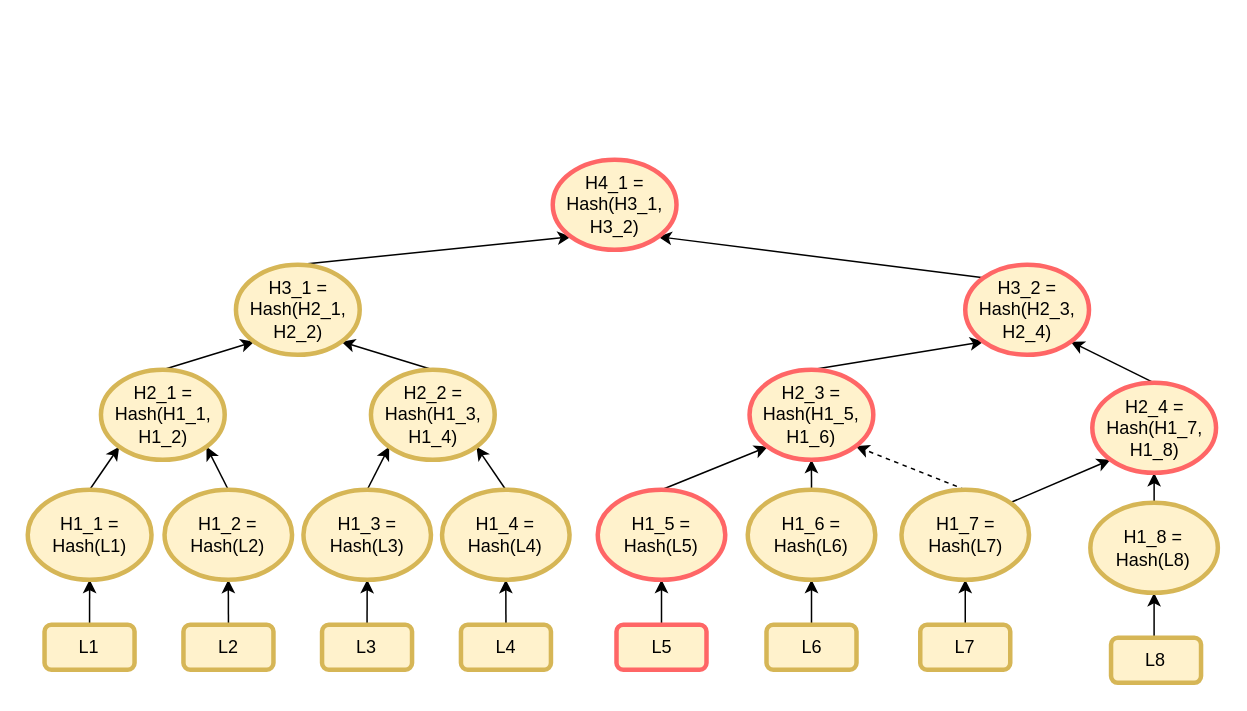
This is page "Create" (1 of 3) of pictures/diagrams/MerkleTree_Incremental.drawio from Badcat330/HashBaseStructs, a draw.io file, before an edit. Source tidied: cells renumbered, new cells numbered last; positions are measured from the earlier drawing's top-left corner, leaving out a move shared by most shapes. Both pictures are drawn from the tidied source at 150%, with x=0, y=0 at pixel (27, 159).
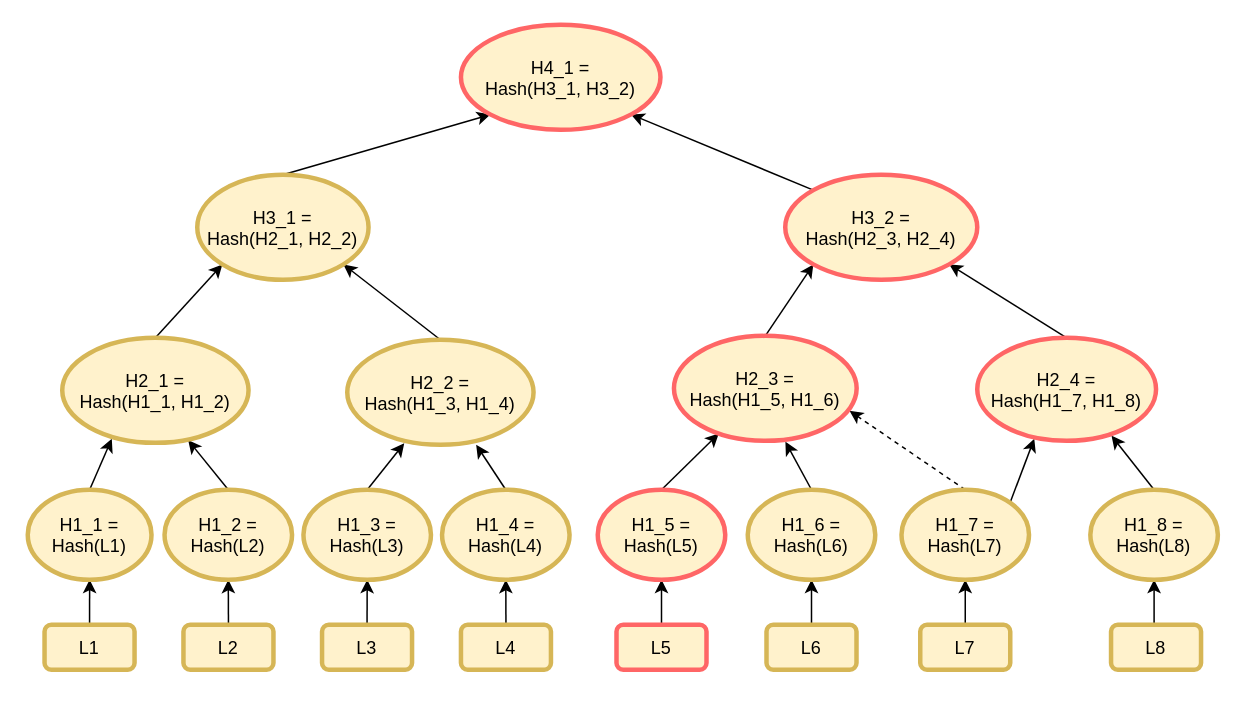
Above is the later version.

Diff of the diagram source:
```diff
@@
-    <mxCell id="2" style="edgeStyle=orthogonalEdgeStyle;rounded=0;jettySize=auto;html=1;exitX=0.5;exitY=0;exitDx=0;exitDy=0;entryX=0.5;entryY=1;entryDx=0;entryDy=0;" parent="1" edge="1" source="3" target="19">
+    <mxCell id="2" style="edgeStyle=orthogonalEdgeStyle;rounded=0;jettySize=auto;exitX=0.5;exitY=0;exitDx=0;exitDy=0;entryX=0.5;entryY=1;entryDx=0;entryDy=0;" parent="1" edge="1" source="3" target="19">
       <mxGeometry relative="1" as="geometry" />
     </mxCell>
-    <mxCell id="3" value="L1" style="rounded=1;whiteSpace=wrap;html=1;fillColor=#fff2cc;strokeColor=#d6b656;strokeWidth=3;" parent="1" vertex="1">
+    <mxCell id="3" value="L1" style="rounded=1;fillColor=#fff2cc;strokeColor=#d6b656;strokeWidth=3;" parent="1" vertex="1">
       <mxGeometry x="11.2" y="310" width="60" height="30" as="geometry" />
     </mxCell>
-    <mxCell id="4" style="edgeStyle=orthogonalEdgeStyle;rounded=0;jettySize=auto;html=1;exitX=0.5;exitY=0;exitDx=0;exitDy=0;entryX=0.5;entryY=1;entryDx=0;entryDy=0;" parent="1" edge="1" source="5" target="21">
+    <mxCell id="4" style="edgeStyle=orthogonalEdgeStyle;rounded=0;jettySize=auto;exitX=0.5;exitY=0;exitDx=0;exitDy=0;entryX=0.5;entryY=1;entryDx=0;entryDy=0;" parent="1" edge="1" source="5" target="21">
       <mxGeometry relative="1" as="geometry" />
     </mxCell>
-    <mxCell id="5" value="L2" style="rounded=1;whiteSpace=wrap;html=1;fillColor=#fff2cc;strokeColor=#d6b656;strokeWidth=3;" parent="1" vertex="1">
+    <mxCell id="5" value="L2" style="rounded=1;fillColor=#fff2cc;strokeColor=#d6b656;strokeWidth=3;" parent="1" vertex="1">
       <mxGeometry x="103.8" y="310" width="60" height="30" as="geometry" />
     </mxCell>
-    <mxCell id="6" style="edgeStyle=orthogonalEdgeStyle;rounded=0;jettySize=auto;html=1;exitX=0.5;exitY=0;exitDx=0;exitDy=0;entryX=0.5;entryY=1;entryDx=0;entryDy=0;" parent="1" edge="1" source="7" target="23">
+    <mxCell id="6" style="edgeStyle=orthogonalEdgeStyle;rounded=0;jettySize=auto;exitX=0.5;exitY=0;exitDx=0;exitDy=0;entryX=0.5;entryY=1;entryDx=0;entryDy=0;" parent="1" edge="1" source="7" target="23">
       <mxGeometry relative="1" as="geometry" />
     </mxCell>
-    <mxCell id="7" value="L3" style="rounded=1;whiteSpace=wrap;html=1;fillColor=#fff2cc;strokeColor=#d6b656;strokeWidth=3;" parent="1" vertex="1">
+    <mxCell id="7" value="L3" style="rounded=1;fillColor=#fff2cc;strokeColor=#d6b656;strokeWidth=3;" parent="1" vertex="1">
       <mxGeometry x="196.2" y="310" width="60" height="30" as="geometry" />
     </mxCell>
-    <mxCell id="8" style="edgeStyle=orthogonalEdgeStyle;rounded=0;jettySize=auto;html=1;exitX=0.5;exitY=0;exitDx=0;exitDy=0;entryX=0.5;entryY=1;entryDx=0;entryDy=0;" parent="1" edge="1" source="9" target="25">
+    <mxCell id="8" style="edgeStyle=orthogonalEdgeStyle;rounded=0;jettySize=auto;exitX=0.5;exitY=0;exitDx=0;exitDy=0;entryX=0.5;entryY=1;entryDx=0;entryDy=0;" parent="1" edge="1" source="9" target="25">
       <mxGeometry relative="1" as="geometry" />
     </mxCell>
-    <mxCell id="9" value="L4" style="rounded=1;whiteSpace=wrap;html=1;fillColor=#fff2cc;strokeColor=#d6b656;strokeWidth=3;" parent="1" vertex="1">
+    <mxCell id="9" value="L4" style="rounded=1;fillColor=#fff2cc;strokeColor=#d6b656;strokeWidth=3;" parent="1" vertex="1">
       <mxGeometry x="288.8" y="310" width="60" height="30" as="geometry" />
     </mxCell>
-    <mxCell id="10" style="edgeStyle=orthogonalEdgeStyle;rounded=0;jettySize=auto;html=1;exitX=0.5;exitY=0;exitDx=0;exitDy=0;entryX=0.5;entryY=1;entryDx=0;entryDy=0;" parent="1" edge="1" source="11" target="27">
+    <mxCell id="10" style="edgeStyle=orthogonalEdgeStyle;rounded=0;jettySize=auto;exitX=0.5;exitY=0;exitDx=0;exitDy=0;entryX=0.5;entryY=1;entryDx=0;entryDy=0;" parent="1" edge="1" source="11" target="27">
       <mxGeometry relative="1" as="geometry" />
     </mxCell>
-    <mxCell id="11" value="L5" style="rounded=1;whiteSpace=wrap;html=1;fillColor=#fff2cc;strokeWidth=3;strokeColor=#FF6666;" parent="1" vertex="1">
+    <mxCell id="11" value="L5" style="rounded=1;fillColor=#fff2cc;strokeWidth=3;strokeColor=#FF6666;" parent="1" vertex="1">
       <mxGeometry x="392.5" y="310" width="60" height="30" as="geometry" />
     </mxCell>
-    <mxCell id="12" style="edgeStyle=orthogonalEdgeStyle;rounded=0;jettySize=auto;html=1;exitX=0.5;exitY=0;exitDx=0;exitDy=0;entryX=0.5;entryY=1;entryDx=0;entryDy=0;" parent="1" edge="1" source="13" target="29">
+    <mxCell id="12" style="edgeStyle=orthogonalEdgeStyle;rounded=0;jettySize=auto;exitX=0.5;exitY=0;exitDx=0;exitDy=0;entryX=0.5;entryY=1;entryDx=0;entryDy=0;" parent="1" edge="1" source="13" target="29">
       <mxGeometry relative="1" as="geometry" />
     </mxCell>
-    <mxCell id="13" value="L6" style="rounded=1;whiteSpace=wrap;html=1;fillColor=#fff2cc;strokeColor=#d6b656;strokeWidth=3;" parent="1" vertex="1">
+    <mxCell id="13" value="L6" style="rounded=1;fillColor=#fff2cc;strokeColor=#d6b656;strokeWidth=3;" parent="1" vertex="1">
       <mxGeometry x="492.5" y="310" width="60" height="30" as="geometry" />
     </mxCell>
-    <mxCell id="14" style="edgeStyle=orthogonalEdgeStyle;rounded=0;jettySize=auto;html=1;exitX=0.5;exitY=0;exitDx=0;exitDy=0;entryX=0.5;entryY=1;entryDx=0;entryDy=0;" parent="1" edge="1" source="15" target="32">
+    <mxCell id="14" style="edgeStyle=orthogonalEdgeStyle;rounded=0;jettySize=auto;exitX=0.5;exitY=0;exitDx=0;exitDy=0;entryX=0.5;entryY=1;entryDx=0;entryDy=0;" parent="1" edge="1" source="15" target="32">
       <mxGeometry relative="1" as="geometry" />
     </mxCell>
-    <mxCell id="15" value="L7" style="rounded=1;whiteSpace=wrap;html=1;fillColor=#fff2cc;strokeColor=#d6b656;strokeWidth=3;" parent="1" vertex="1">
+    <mxCell id="15" value="L7" style="rounded=1;fillColor=#fff2cc;strokeColor=#d6b656;strokeWidth=3;" parent="1" vertex="1">
       <mxGeometry x="595" y="310" width="60" height="30" as="geometry" />
     </mxCell>
-    <mxCell id="16" style="edgeStyle=orthogonalEdgeStyle;rounded=0;jettySize=auto;html=1;exitX=0.5;exitY=0;exitDx=0;exitDy=0;entryX=0.5;entryY=1;entryDx=0;entryDy=0;" parent="1" edge="1" source="17" target="34">
+    <mxCell id="16" style="edgeStyle=orthogonalEdgeStyle;rounded=0;jettySize=auto;exitX=0.5;exitY=0;exitDx=0;exitDy=0;entryX=0.5;entryY=1;entryDx=0;entryDy=0;" parent="1" edge="1" source="17" target="34">
       <mxGeometry relative="1" as="geometry" />
     </mxCell>
-    <mxCell id="17" value="L8" style="rounded=1;whiteSpace=wrap;html=1;fillColor=#fff2cc;strokeColor=#d6b656;strokeWidth=3;" parent="1" vertex="1">
-      <mxGeometry x="722.2" y="318.7" width="60" height="30" as="geometry" />
+    <mxCell id="17" value="L8" style="rounded=1;fillColor=#fff2cc;strokeColor=#d6b656;strokeWidth=3;" parent="1" vertex="1">
+      <mxGeometry x="722.2" y="310" width="60" height="30" as="geometry" />
     </mxCell>
-    <mxCell id="18" style="rounded=0;jettySize=auto;html=1;exitX=0.5;exitY=0;exitDx=0;exitDy=0;entryX=0;entryY=1;entryDx=0;entryDy=0;" parent="1" edge="1" source="19" target="36">
+    <mxCell id="18" style="rounded=0;jettySize=auto;exitX=0.5;exitY=0;exitDx=0;exitDy=0;entryX=0.266;entryY=0.961;entryDx=0;entryDy=0;entryPerimeter=0;" parent="1" edge="1" source="19" target="36">
       <mxGeometry relative="1" as="geometry" />
     </mxCell>
-    <mxCell id="19" value="&lt;font style=&quot;font-size: 12px&quot;&gt;H1_1 =&lt;br&gt;Hash(L1)&lt;/font&gt;" style="ellipse;whiteSpace=wrap;html=1;strokeColor=#d6b656;strokeWidth=3;fillColor=#fff2cc;" parent="1" vertex="1">
+    <mxCell id="19" value="H1_1 =&#10;Hash(L1)" style="ellipse;strokeColor=#d6b656;strokeWidth=3;fillColor=#fff2cc;" parent="1" vertex="1">
       <mxGeometry y="220" width="82.5" height="60" as="geometry" />
     </mxCell>
-    <mxCell id="20" style="edgeStyle=none;rounded=0;jettySize=auto;html=1;exitX=0.5;exitY=0;exitDx=0;exitDy=0;entryX=1;entryY=1;entryDx=0;entryDy=0;" parent="1" edge="1" source="21" target="36">
+    <mxCell id="20" style="edgeStyle=none;rounded=0;jettySize=auto;exitX=0.5;exitY=0;exitDx=0;exitDy=0;entryX=0.676;entryY=0.975;entryDx=0;entryDy=0;entryPerimeter=0;" parent="1" edge="1" source="21" target="36">
       <mxGeometry relative="1" as="geometry" />
     </mxCell>
-    <mxCell id="21" value="&lt;font style=&quot;font-size: 12px&quot;&gt;H1_2 =&lt;br&gt;Hash(L2)&lt;/font&gt;" style="ellipse;whiteSpace=wrap;html=1;strokeColor=#d6b656;strokeWidth=3;fillColor=#fff2cc;" parent="1" vertex="1">
+    <mxCell id="21" value="H1_2 =&#10;Hash(L2)" style="ellipse;strokeColor=#d6b656;strokeWidth=3;fillColor=#fff2cc;" parent="1" vertex="1">
       <mxGeometry x="91.2" y="220" width="85" height="60" as="geometry" />
     </mxCell>
-    <mxCell id="22" style="edgeStyle=none;rounded=0;jettySize=auto;html=1;exitX=0.5;exitY=0;exitDx=0;exitDy=0;entryX=0;entryY=1;entryDx=0;entryDy=0;" parent="1" edge="1" source="23" target="38">
+    <mxCell id="22" style="edgeStyle=none;rounded=0;jettySize=auto;exitX=0.5;exitY=0;exitDx=0;exitDy=0;entryX=0.306;entryY=0.986;entryDx=0;entryDy=0;entryPerimeter=0;" parent="1" edge="1" source="23" target="38">
       <mxGeometry relative="1" as="geometry" />
     </mxCell>
-    <mxCell id="23" value="&lt;font style=&quot;font-size: 12px&quot;&gt;H1_3 =&lt;br&gt;Hash(L3)&lt;/font&gt;" style="ellipse;whiteSpace=wrap;html=1;strokeColor=#d6b656;strokeWidth=3;fillColor=#fff2cc;" parent="1" vertex="1">
+    <mxCell id="23" value="H1_3 =&#10;Hash(L3)" style="ellipse;strokeColor=#d6b656;strokeWidth=3;fillColor=#fff2cc;" parent="1" vertex="1">
       <mxGeometry x="183.8" y="220" width="85" height="60" as="geometry" />
     </mxCell>
-    <mxCell id="24" style="edgeStyle=none;rounded=0;jettySize=auto;html=1;exitX=0.5;exitY=0;exitDx=0;exitDy=0;entryX=1;entryY=1;entryDx=0;entryDy=0;" parent="1" edge="1" source="25" target="38">
+    <mxCell id="24" style="edgeStyle=none;rounded=0;jettySize=auto;exitX=0.5;exitY=0;exitDx=0;exitDy=0;entryX=0.692;entryY=1;entryDx=0;entryDy=0;entryPerimeter=0;" parent="1" edge="1" source="25" target="38">
       <mxGeometry relative="1" as="geometry" />
     </mxCell>
-    <mxCell id="25" value="&lt;font style=&quot;font-size: 12px&quot;&gt;H1_4 =&lt;br&gt;Hash(L4)&lt;/font&gt;" style="ellipse;whiteSpace=wrap;html=1;strokeColor=#d6b656;strokeWidth=3;fillColor=#fff2cc;" parent="1" vertex="1">
+    <mxCell id="25" value="H1_4 =&#10;Hash(L4)" style="ellipse;strokeColor=#d6b656;strokeWidth=3;fillColor=#fff2cc;" parent="1" vertex="1">
       <mxGeometry x="276.2" y="220" width="85" height="60" as="geometry" />
     </mxCell>
-    <mxCell id="26" style="edgeStyle=none;rounded=0;jettySize=auto;html=1;exitX=0.5;exitY=0;exitDx=0;exitDy=0;entryX=0;entryY=1;entryDx=0;entryDy=0;" parent="1" edge="1" source="27" target="40">
+    <mxCell id="26" style="edgeStyle=none;rounded=0;jettySize=auto;exitX=0.5;exitY=0;exitDx=0;exitDy=0;" parent="1" edge="1" source="27" target="40">
       <mxGeometry relative="1" as="geometry" />
     </mxCell>
-    <mxCell id="27" value="&lt;font style=&quot;font-size: 12px&quot;&gt;H1_5 =&lt;br&gt;Hash(L5)&lt;/font&gt;" style="ellipse;whiteSpace=wrap;html=1;strokeWidth=3;fillColor=#fff2cc;strokeColor=#FF6666;" parent="1" vertex="1">
+    <mxCell id="27" value="H1_5 =&#10;Hash(L5)" style="ellipse;strokeWidth=3;fillColor=#fff2cc;strokeColor=#FF6666;" parent="1" vertex="1">
       <mxGeometry x="380" y="220" width="85" height="60" as="geometry" />
     </mxCell>
-    <mxCell id="28" style="edgeStyle=none;rounded=0;jettySize=auto;html=1;exitX=0.5;exitY=0;exitDx=0;exitDy=0;entryX=0.5;entryY=1;entryDx=0;entryDy=0;" parent="1" edge="1" source="29" target="40">
+    <mxCell id="28" style="edgeStyle=none;rounded=0;jettySize=auto;exitX=0.5;exitY=0;exitDx=0;exitDy=0;entryX=0.61;entryY=1.008;entryDx=0;entryDy=0;entryPerimeter=0;" parent="1" edge="1" source="29" target="40">
       <mxGeometry relative="1" as="geometry" />
     </mxCell>
-    <mxCell id="29" value="&lt;font style=&quot;font-size: 12px&quot;&gt;H1_6 =&lt;br&gt;Hash(L6)&lt;/font&gt;" style="ellipse;whiteSpace=wrap;html=1;strokeColor=#d6b656;strokeWidth=3;fillColor=#fff2cc;" parent="1" vertex="1">
+    <mxCell id="29" value="H1_6 =&#10;Hash(L6)" style="ellipse;strokeColor=#d6b656;strokeWidth=3;fillColor=#fff2cc;" parent="1" vertex="1">
       <mxGeometry x="480" y="220" width="85" height="60" as="geometry" />
     </mxCell>
-    <mxCell id="30" style="edgeStyle=none;rounded=0;jettySize=auto;html=1;exitX=0.5;exitY=0;exitDx=0;exitDy=0;dashed=1;" parent="1" edge="1" source="32">
-      <mxGeometry relative="1" as="geometry">
-        <mxPoint x="552" y="191" as="targetPoint" />
-      </mxGeometry>
+    <mxCell id="30" style="edgeStyle=none;rounded=0;jettySize=auto;exitX=0.5;exitY=0;exitDx=0;exitDy=0;dashed=1;entryX=0.961;entryY=0.714;entryDx=0;entryDy=0;entryPerimeter=0;" parent="1" edge="1" source="32" target="40">
+      <mxGeometry relative="1" as="geometry" />
     </mxCell>
-    <mxCell id="31" style="edgeStyle=none;rounded=0;jettySize=auto;html=1;exitX=1;exitY=0;exitDx=0;exitDy=0;entryX=0;entryY=1;entryDx=0;entryDy=0;" parent="1" edge="1" source="32" target="42">
+    <mxCell id="31" style="edgeStyle=none;rounded=0;jettySize=auto;exitX=1;exitY=0;exitDx=0;exitDy=0;entryX=0.319;entryY=0.979;entryDx=0;entryDy=0;entryPerimeter=0;" parent="1" edge="1" source="32" target="42">
       <mxGeometry relative="1" as="geometry" />
     </mxCell>
-    <mxCell id="32" value="&lt;font style=&quot;font-size: 12px&quot;&gt;H1_7 =&lt;br&gt;Hash(L7)&lt;/font&gt;" style="ellipse;whiteSpace=wrap;html=1;strokeColor=#d6b656;strokeWidth=3;fillColor=#fff2cc;" parent="1" vertex="1">
+    <mxCell id="32" value="H1_7 =&#10;Hash(L7)" style="ellipse;strokeColor=#d6b656;strokeWidth=3;fillColor=#fff2cc;" parent="1" vertex="1">
       <mxGeometry x="582.5" y="220" width="85" height="60" as="geometry" />
     </mxCell>
-    <mxCell id="33" style="edgeStyle=none;rounded=0;jettySize=auto;html=1;exitX=0.5;exitY=0;exitDx=0;exitDy=0;entryX=0.5;entryY=1;entryDx=0;entryDy=0;" parent="1" edge="1" source="34" target="42">
+    <mxCell id="33" style="edgeStyle=none;rounded=0;jettySize=auto;exitX=0.5;exitY=0;exitDx=0;exitDy=0;entryX=0.751;entryY=0.95;entryDx=0;entryDy=0;entryPerimeter=0;" parent="1" edge="1" source="34" target="42">
       <mxGeometry relative="1" as="geometry" />
     </mxCell>
-    <mxCell id="34" value="&lt;font style=&quot;font-size: 12px&quot;&gt;H1_8 =&lt;br&gt;Hash(L8)&lt;/font&gt;" style="ellipse;whiteSpace=wrap;html=1;strokeColor=#d6b656;strokeWidth=3;fillColor=#fff2cc;" parent="1" vertex="1">
-      <mxGeometry x="708.4" y="228.7" width="85" height="60" as="geometry" />
+    <mxCell id="34" value="H1_8 =&#10;Hash(L8)" style="ellipse;strokeColor=#d6b656;strokeWidth=3;fillColor=#fff2cc;" parent="1" vertex="1">
+      <mxGeometry x="708.4" y="220" width="85" height="60" as="geometry" />
     </mxCell>
-    <mxCell id="35" style="edgeStyle=none;rounded=0;jettySize=auto;html=1;exitX=0.5;exitY=0;exitDx=0;exitDy=0;entryX=0;entryY=1;entryDx=0;entryDy=0;" parent="1" edge="1" source="36" target="44">
+    <mxCell id="35" style="edgeStyle=none;rounded=0;jettySize=auto;exitX=0.5;exitY=0;exitDx=0;exitDy=0;entryX=0;entryY=1;entryDx=0;entryDy=0;" parent="1" edge="1" source="36" target="44">
       <mxGeometry relative="1" as="geometry" />
     </mxCell>
-    <mxCell id="36" value="&lt;font style=&quot;font-size: 12px&quot;&gt;H2_1 =&lt;br&gt;Hash(H1_1, H1_2)&lt;/font&gt;" style="ellipse;whiteSpace=wrap;html=1;strokeColor=#d6b656;strokeWidth=3;fillColor=#fff2cc;" parent="1" vertex="1">
-      <mxGeometry x="48.8" y="140" width="82.5" height="60" as="geometry" />
+    <mxCell id="36" value="H2_1 =&#10;Hash(H1_1, H1_2)" style="ellipse;strokeColor=#d6b656;strokeWidth=3;fillColor=#fff2cc;" parent="1" vertex="1">
+      <mxGeometry x="23" y="118.7" width="124.2" height="70" as="geometry" />
     </mxCell>
-    <mxCell id="37" style="edgeStyle=none;rounded=0;jettySize=auto;html=1;exitX=0.5;exitY=0;exitDx=0;exitDy=0;entryX=1;entryY=1;entryDx=0;entryDy=0;" parent="1" edge="1" source="38" target="44">
+    <mxCell id="37" style="edgeStyle=none;rounded=0;jettySize=auto;exitX=0.5;exitY=0;exitDx=0;exitDy=0;entryX=1;entryY=1;entryDx=0;entryDy=0;" parent="1" edge="1" source="38" target="44">
       <mxGeometry relative="1" as="geometry" />
     </mxCell>
-    <mxCell id="38" value="&lt;font style=&quot;font-size: 12px&quot;&gt;H2_2 =&lt;br&gt;Hash(H1_3, H1_4)&lt;/font&gt;" style="ellipse;whiteSpace=wrap;html=1;strokeColor=#d6b656;strokeWidth=3;fillColor=#fff2cc;" parent="1" vertex="1">
-      <mxGeometry x="228.8" y="140" width="82.5" height="60" as="geometry" />
+    <mxCell id="38" value="H2_2 =&#10;Hash(H1_3, H1_4)" style="ellipse;strokeColor=#d6b656;strokeWidth=3;fillColor=#fff2cc;" parent="1" vertex="1">
+      <mxGeometry x="213" y="120" width="124.2" height="70" as="geometry" />
     </mxCell>
-    <mxCell id="39" style="edgeStyle=none;rounded=0;jettySize=auto;html=1;exitX=0.5;exitY=0;exitDx=0;exitDy=0;entryX=0;entryY=1;entryDx=0;entryDy=0;" parent="1" edge="1" source="40" target="46">
+    <mxCell id="39" style="edgeStyle=none;rounded=0;jettySize=auto;exitX=0.5;exitY=0;exitDx=0;exitDy=0;entryX=0;entryY=1;entryDx=0;entryDy=0;" parent="1" edge="1" source="40" target="46">
       <mxGeometry relative="1" as="geometry" />
     </mxCell>
-    <mxCell id="40" value="&lt;font style=&quot;font-size: 12px&quot;&gt;H2_3 =&lt;br&gt;Hash(H1_5, H1_6)&lt;/font&gt;" style="ellipse;whiteSpace=wrap;html=1;strokeWidth=3;fillColor=#fff2cc;strokeColor=#FF6666;" parent="1" vertex="1">
-      <mxGeometry x="481.2" y="140" width="82.5" height="60" as="geometry" />
+    <mxCell id="40" value="H2_3 =&#10;Hash(H1_5, H1_6)" style="ellipse;strokeWidth=3;fillColor=#fff2cc;strokeColor=#FF6666;" parent="1" vertex="1">
+      <mxGeometry x="430.8" y="117.4" width="121.8" height="70" as="geometry" />
     </mxCell>
-    <mxCell id="41" style="edgeStyle=none;rounded=0;jettySize=auto;html=1;exitX=0.5;exitY=0;exitDx=0;exitDy=0;entryX=1;entryY=1;entryDx=0;entryDy=0;" parent="1" edge="1" source="42" target="46">
+    <mxCell id="41" style="edgeStyle=none;rounded=0;jettySize=auto;exitX=0.5;exitY=0;exitDx=0;exitDy=0;entryX=1;entryY=1;entryDx=0;entryDy=0;" parent="1" edge="1" source="42" target="46">
       <mxGeometry relative="1" as="geometry" />
     </mxCell>
-    <mxCell id="42" value="&lt;font style=&quot;font-size: 12px&quot;&gt;H2_4 =&lt;br&gt;Hash(H1_7, H1_8)&lt;/font&gt;" style="ellipse;whiteSpace=wrap;html=1;strokeWidth=3;fillColor=#fff2cc;strokeColor=#FF6666;" parent="1" vertex="1">
-      <mxGeometry x="709.7" y="148.7" width="82.5" height="60" as="geometry" />
+    <mxCell id="42" value="H2_4 =&#10;Hash(H1_7, H1_8)" style="ellipse;strokeWidth=3;fillColor=#fff2cc;strokeColor=#FF6666;" parent="1" vertex="1">
+      <mxGeometry x="633" y="118.7" width="119.2" height="68.7" as="geometry" />
     </mxCell>
-    <mxCell id="43" style="edgeStyle=none;rounded=0;jettySize=auto;html=1;exitX=0.5;exitY=0;exitDx=0;exitDy=0;entryX=0;entryY=1;entryDx=0;entryDy=0;" parent="1" edge="1" source="44" target="47">
+    <mxCell id="43" style="edgeStyle=none;rounded=0;jettySize=auto;exitX=0.5;exitY=0;exitDx=0;exitDy=0;entryX=0;entryY=1;entryDx=0;entryDy=0;" parent="1" edge="1" source="44" target="47">
       <mxGeometry relative="1" as="geometry" />
     </mxCell>
-    <mxCell id="44" value="&lt;font style=&quot;font-size: 12px&quot;&gt;H3_1 =&lt;br&gt;Hash(H2_1, H2_2)&lt;/font&gt;" style="ellipse;whiteSpace=wrap;html=1;strokeColor=#d6b656;strokeWidth=3;fillColor=#fff2cc;" parent="1" vertex="1">
-      <mxGeometry x="138.8" y="70" width="82.5" height="60" as="geometry" />
+    <mxCell id="44" value="H3_1 =&#10;Hash(H2_1, H2_2)" style="ellipse;strokeColor=#d6b656;strokeWidth=3;fillColor=#fff2cc;" parent="1" vertex="1">
+      <mxGeometry x="113" y="10" width="114.2" height="70" as="geometry" />
     </mxCell>
-    <mxCell id="45" style="edgeStyle=none;rounded=0;jettySize=auto;html=1;exitX=0;exitY=0;exitDx=0;exitDy=0;entryX=1;entryY=1;entryDx=0;entryDy=0;" parent="1" edge="1" source="46" target="47">
+    <mxCell id="45" style="edgeStyle=none;rounded=0;jettySize=auto;exitX=0;exitY=0;exitDx=0;exitDy=0;entryX=1;entryY=1;entryDx=0;entryDy=0;" parent="1" edge="1" source="46" target="47">
       <mxGeometry relative="1" as="geometry" />
     </mxCell>
-    <mxCell id="46" value="&lt;font style=&quot;font-size: 12px&quot;&gt;H3_2 =&lt;br&gt;Hash(H2_3, H2_4)&lt;/font&gt;" style="ellipse;whiteSpace=wrap;html=1;strokeWidth=3;fillColor=#fff2cc;strokeColor=#FF6666;" parent="1" vertex="1">
-      <mxGeometry x="625" y="70" width="82.5" height="60" as="geometry" />
+    <mxCell id="46" value="H3_2 =&#10;Hash(H2_3, H2_4)" style="ellipse;strokeWidth=3;fillColor=#fff2cc;strokeColor=#FF6666;" parent="1" vertex="1">
+      <mxGeometry x="505" y="10" width="128" height="70" as="geometry" />
     </mxCell>
-    <mxCell id="47" value="&lt;font style=&quot;font-size: 12px&quot;&gt;H4_1 =&lt;br&gt;Hash(H3_1, H3_2)&lt;/font&gt;" style="ellipse;whiteSpace=wrap;html=1;strokeWidth=3;fillColor=#fff2cc;strokeColor=#FF6666;" parent="1" vertex="1">
-      <mxGeometry x="350" width="82.5" height="60" as="geometry" />
+    <mxCell id="47" value="H4_1 =&#10;Hash(H3_1, H3_2)" style="ellipse;strokeWidth=3;fillColor=#fff2cc;strokeColor=#FF6666;" parent="1" vertex="1">
+      <mxGeometry x="288.8" y="-90" width="133" height="70" as="geometry" />
     </mxCell>
```
